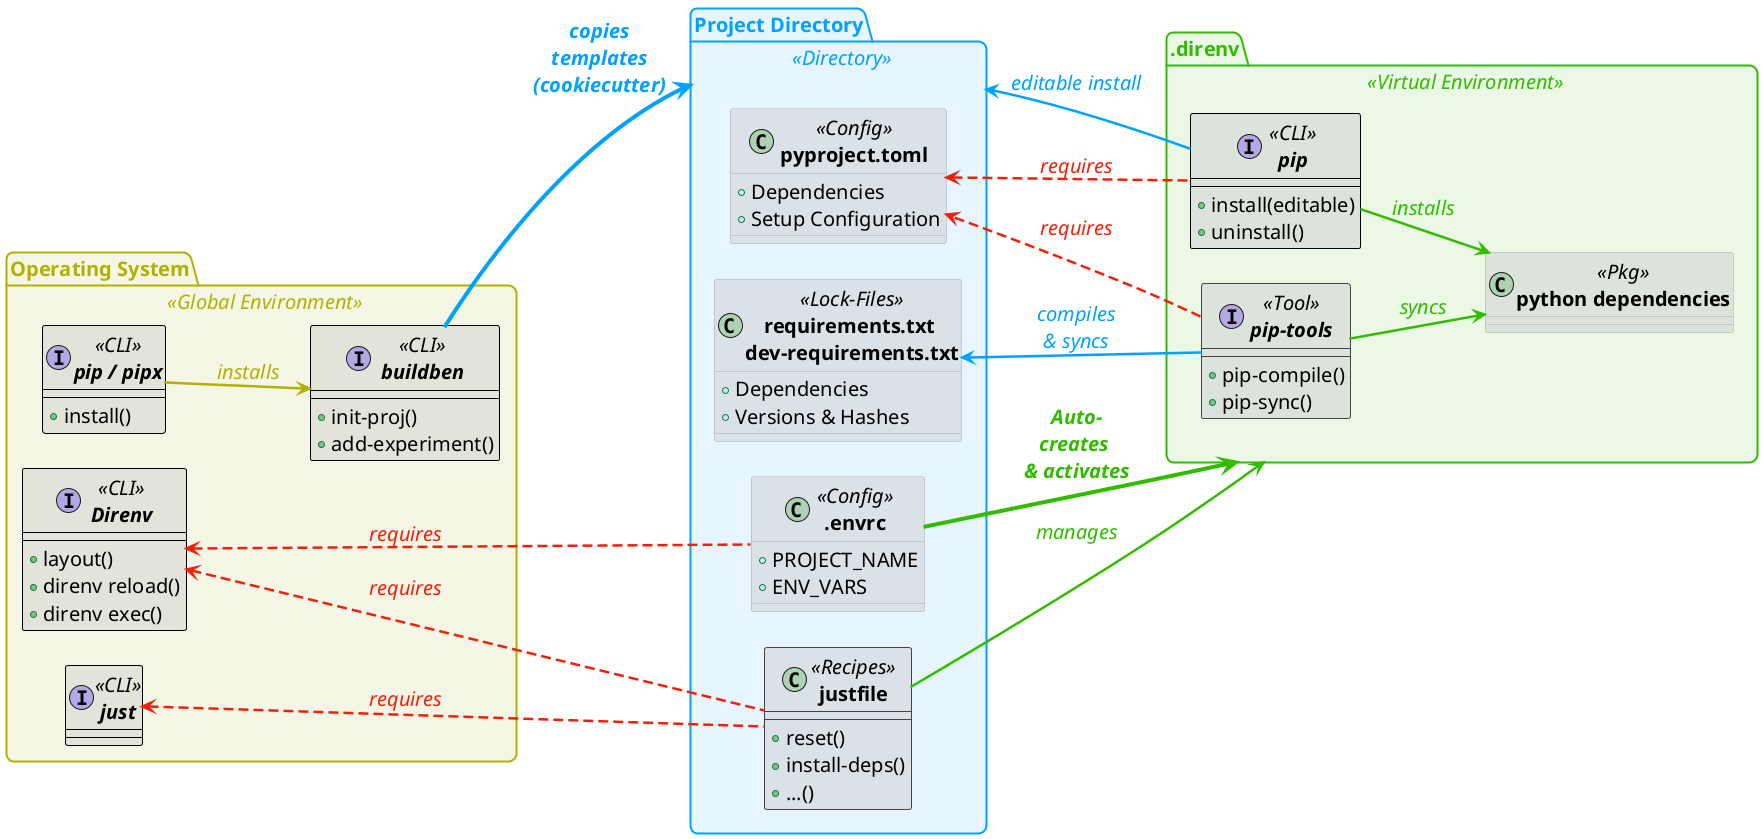
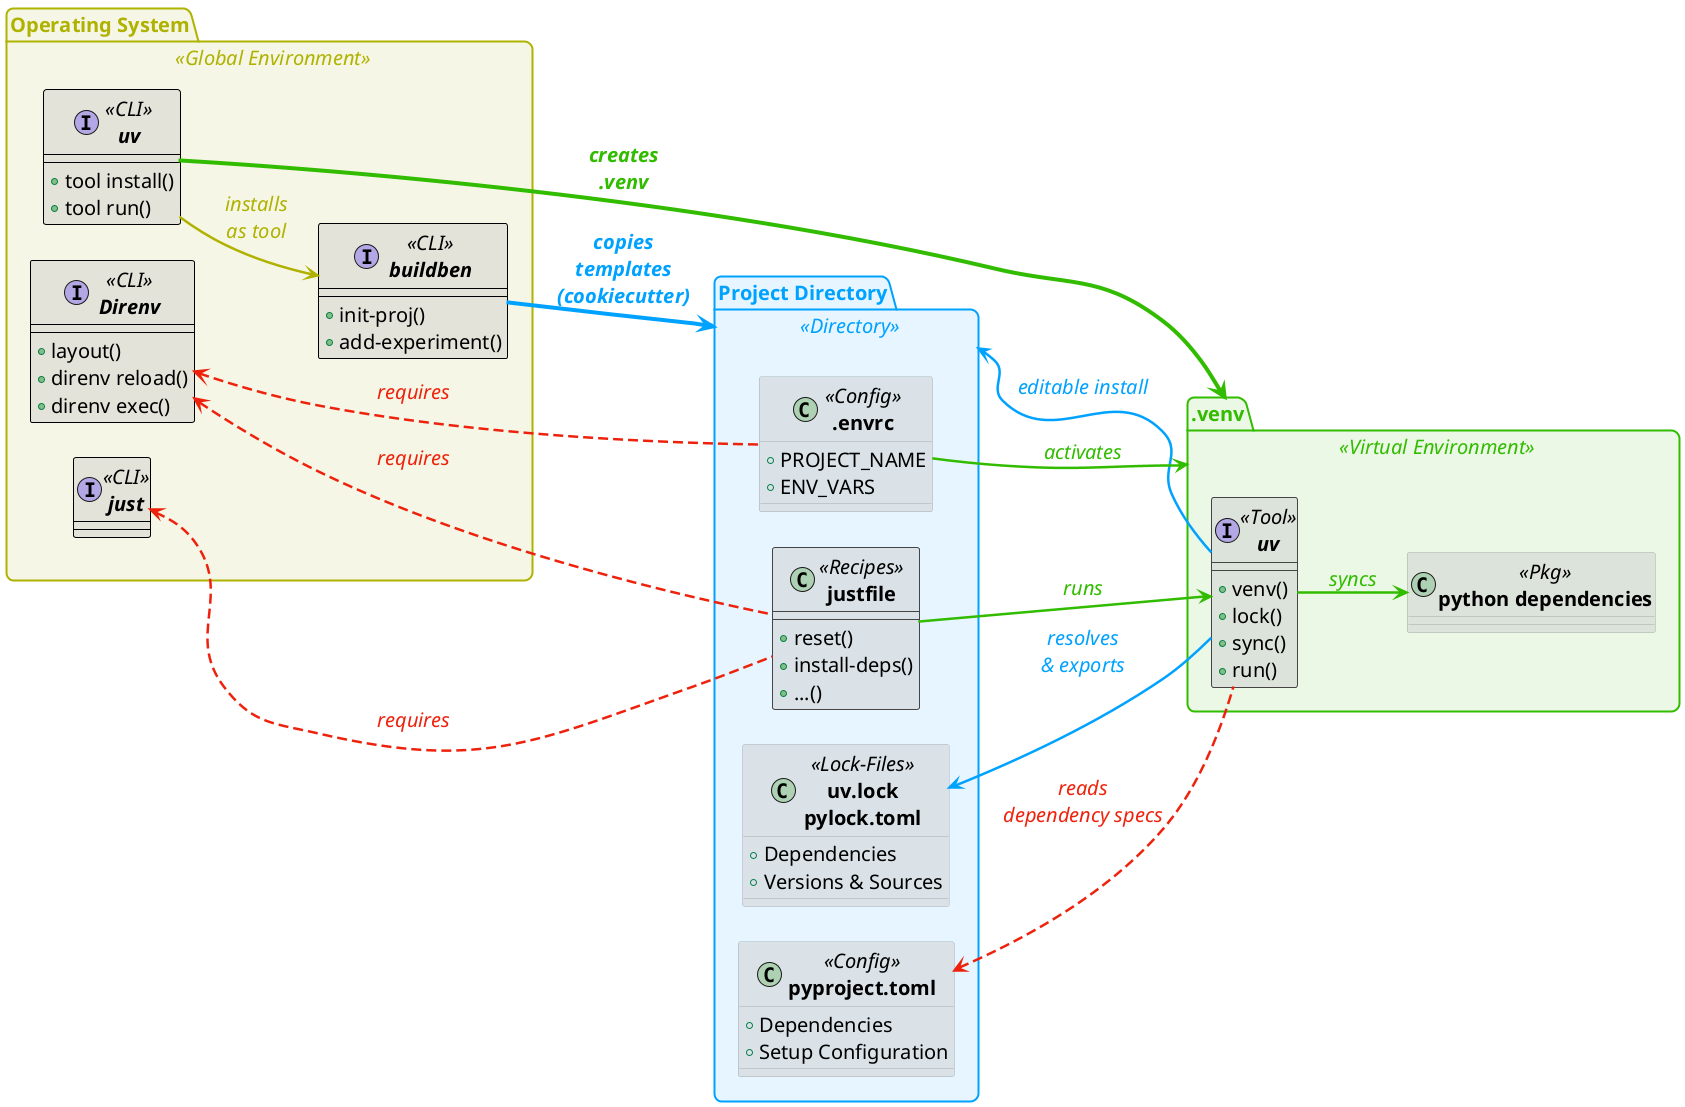
@startuml
left to right direction
' top to bottom direction

' === Global look & feel =============
skinparam defaultFontSize 20
' skinparam BackgroundColor #00000010
skinparam BackgroundColor transparent

' ======================================
skinparam package {
    RoundCorner 15
    BorderThickness 2
    ' BackgroundColor #00A2FF19
    ' BorderColor #00A2FF
    ' FontColor   #00A2FF
}
skinparam package<<Global Environment>> {
    BackgroundColor #afb20019
    BorderColor #afb200ff
    FontColor   #afb200ff
}
skinparam package<<Virtual Environment>>{
    BackgroundColor #32bc0019
    BorderColor #32bc00ff
    FontColor   #32bc00ff
}
skinparam package<<Directory>> {
    BackgroundColor #00A2FF19
    BorderColor #00A2FF
    FontColor   #00A2FF
}

' ======================================
skinparam class {
    BackgroundColor #cccccc77
    BorderColor     #444444
    BorderThickness 1
    FontStyle bold
    RoundCorner 15
}
skinparam class<<CLI>> {
    BorderColor     #000000
}
skinparam class<<Config>><<Pkg>><<Lock-Files>><<File>><<Lock-File>> {
    BorderColor     #000000
    BorderThickness 0
}

' =====================================================================




' === Package: Global Environment =============
package "Operating System" as GE <<Global Environment>> {

    interface "buildben"      as B   <<CLI>>{
        +init-proj()
        +add-experiment()
    }
-     interface "pip / pipx"    as PIP <<CLI>>{
-         +install()
+     interface "uv"    as UVG <<CLI>>{
+         +tool install()
+         +tool run()
    }

    interface "just"          as J   <<CLI>>
    interface "Direnv"        as D   <<CLI>>{
        +layout()
        +direnv reload()
        +direnv exec()
    }

}

' === Package: Project Directory =============
package "Project Directory" as PDIR <<Directory>> {

    class "pyproject.toml"                          as PPRT <<Config>> {
        +Dependencies
        +Setup Configuration
    }

    class "justfile"                                as JF  <<Recipes>> {
        +reset()
        +install-deps()
        +...()
    }

    class ".envrc"                                  as ERC  <<Config>>{
        +PROJECT_NAME
        +ENV_VARS
    }

-     class "requirements.txt \ndev-requirements.txt" as RE   <<Lock-Files>> {
+     class "uv.lock\npylock.toml" as LOCK   <<Lock-Files>> {
        +Dependencies
-         +Versions & Hashes
+         +Versions & Sources
    }
}

' === Package: Virtual Environment =============
- package ".direnv" as VENV <<Virtual Environment>> {
-     interface "pip-tools"               as PT  <<Tool>>{
-         +pip-compile()
-         +pip-sync()
+ package ".venv" as VENV <<Virtual Environment>> {
+     interface "uv"               as UVV  <<Tool>>{
+         +venv()
+         +lock()
+         +sync()
+         +run()
    }
    class "python dependencies"     as PD  <<Pkg>>
-     ' VE o-- PD : contains
+ }

-     interface "pip"                     as PIPvenv <<CLI>> {
-         +install(editable)
-         +uninstall()
-     }
- }
+ 
+ ' === Hidden arrows to lock horizontal order ===
+ GE   -[hidden]right-> PDIR
+ PDIR -[hidden]right-> VENV


' =====================================================================

' === Straight Arrows =============

<style>
arrow {
    LineThickness 2.5
    FontStyle italic
    LineColor #afb200ff
    FontColor   #afb200ff
}
</style>

- PIP --> B : installs
+ UVG --> B : installs\nas tool

' =========================

<style>
arrow {
    LineColor #00A2FF
    FontColor #00A2FF
}
</style>

- ' PT --> PD <<test>> : installs
B -[thickness=4]-> PDIR : **copies**\n**templates**\n**(cookiecutter)**
- PT  --> RE : compiles\n& syncs
- PDIR <-- PIPvenv : editable install
+ UVV  --> LOCK : resolves\n& exports
+ PDIR <-- UVV : editable install

' === SPecial Straight Arrows =============
<style>
arrow {
    LineColor #32bc00ff
    FontColor #32bc00ff
    LineThickness 2.5
}
</style>

- ' ERC --> PT : installs
- PIPvenv --> PD : installs
- PT --> PD : syncs
- ERC -[thickness=4]-> VENV : **Auto-**\n**creates** \n**& activates**
- JF --> VENV : manages
+ UVG -[thickness=4]-> VENV : **creates**\n**.venv**
+ UVV --> PD : syncs
+ ERC --> VENV : activates
+ JF --> UVV : runs


' === Dependencies =============

<style>
arrow {
    LineStyle 10-5
    LineColor #EE220C
    FontColor #EE220C
}
</style>


D   <-- ERC : requires
J   <-- JF  : requires
D   <-- JF  : requires

- ' JF  --> PT
- PT --> PPRT : requires
- 
- PPRT <-- PIPvenv: requires
+ PPRT <-- UVV: reads\ndependency specs

' ERC -left-  JF     : interacts
- ' PPRT ..> PT    : read by
- @enduml+ ' PPRT ..> UVV    : read by
+ @enduml
